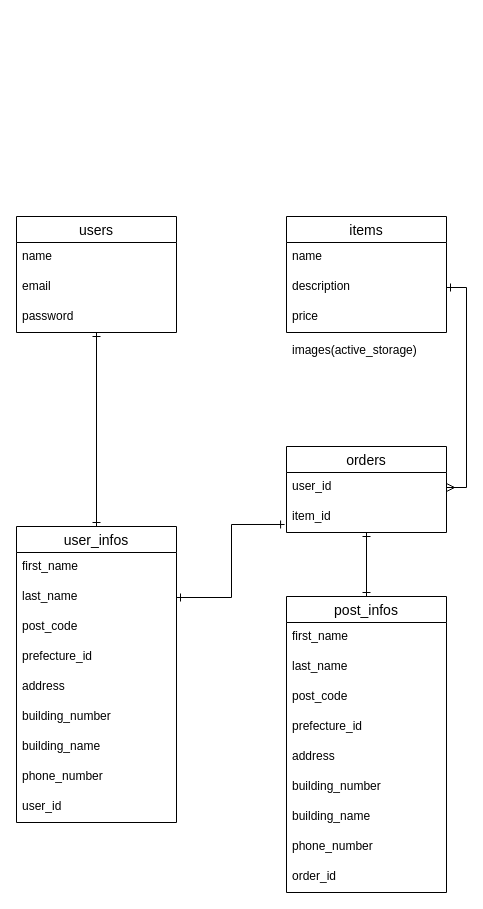
Above: db.dio in hikaruuuuuu/okurumi-shop (draw.io), before the change. Source tidied: cells renumbered, new cells numbered last; positions are measured from the earlier drawing's top-left corner, leaving out a move shared by most shapes. Both pictures are drawn from the tidied source at 100%, with x=0, y=0 at pixel (16, 216).
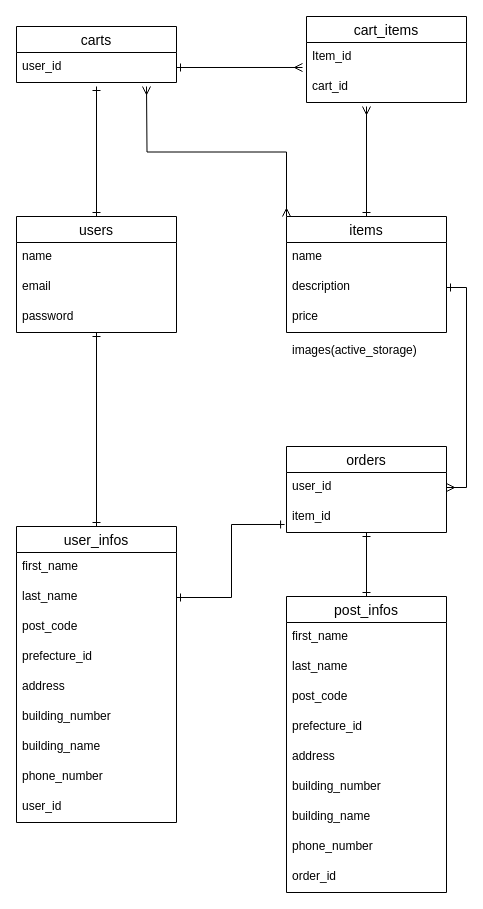
After the change.

The change refers to these unchanged cells:
```xml
<mxCell id="13" value="items" style="swimlane;fontStyle=0;horizontal=1;startSize=26;align=center;fontSize=14;" parent="1" vertex="1">
  <mxGeometry x="270" width="160" height="116" as="geometry" />
</mxCell>
<mxCell id="22" value="users" style="swimlane;fontStyle=0;horizontal=1;startSize=26;align=center;fontSize=14;" parent="1" vertex="1">
  <mxGeometry width="160" height="116" as="geometry" />
</mxCell>
```

Diff of the diagram source:
```diff
@@
+    <mxCell id="38" style="edgeStyle=orthogonalEdgeStyle;rounded=0;jettySize=auto;html=1;exitX=0.5;exitY=0;exitDx=0;exitDy=0;startArrow=ERone;startFill=0;endArrow=ERmany;endFill=0;" parent="1" edge="1" source="13">
+      <mxGeometry relative="1" as="geometry">
+        <mxPoint x="350" y="-110" as="targetPoint" />
+      </mxGeometry>
+    </mxCell>
+    <mxCell id="39" style="edgeStyle=orthogonalEdgeStyle;rounded=0;jettySize=auto;html=1;exitX=0;exitY=0;exitDx=0;exitDy=0;startArrow=ERmany;startFill=0;endArrow=ERmany;endFill=0;" parent="1" edge="1" source="13">
+      <mxGeometry relative="1" as="geometry">
+        <mxPoint x="130" y="-130" as="targetPoint" />
+      </mxGeometry>
+    </mxCell>
@@
+    <mxCell id="40" style="edgeStyle=orthogonalEdgeStyle;rounded=0;jettySize=auto;html=1;exitX=0.5;exitY=0;exitDx=0;exitDy=0;endArrow=ERone;endFill=0;startArrow=ERone;startFill=0;" parent="1" edge="1" source="22">
+      <mxGeometry relative="1" as="geometry">
+        <mxPoint x="80" y="-130" as="targetPoint" />
+      </mxGeometry>
+    </mxCell>
@@
+    <mxCell id="41" value="carts" style="swimlane;fontStyle=0;horizontal=1;startSize=26;align=center;fontSize=14;" parent="1" vertex="1">
+      <mxGeometry y="-190" width="160" height="56" as="geometry" />
+    </mxCell>
+    <mxCell id="42" value="user_id" style="text;strokeColor=none;fillColor=none;spacingLeft=4;spacingRight=4;overflow=hidden;points=[[0,0.5],[1,0.5]];portConstraint=eastwest;fontSize=12;" parent="41" vertex="1">
+      <mxGeometry y="26" width="160" height="30" as="geometry" />
+    </mxCell>
+    <mxCell id="43" value="cart_items" style="swimlane;fontStyle=0;horizontal=1;startSize=26;align=center;fontSize=14;" parent="1" vertex="1">
+      <mxGeometry x="290" y="-200" width="160" height="86" as="geometry" />
+    </mxCell>
+    <mxCell id="44" value="Item_id" style="text;strokeColor=none;fillColor=none;spacingLeft=4;spacingRight=4;overflow=hidden;points=[[0,0.5],[1,0.5]];portConstraint=eastwest;fontSize=12;" parent="43" vertex="1">
+      <mxGeometry y="26" width="160" height="30" as="geometry" />
+    </mxCell>
+    <mxCell id="45" value="cart_id" style="text;strokeColor=none;fillColor=none;spacingLeft=4;spacingRight=4;overflow=hidden;fontSize=12;" parent="43" vertex="1">
+      <mxGeometry y="56" width="160" height="30" as="geometry" />
+    </mxCell>
+    <mxCell id="46" style="edgeStyle=orthogonalEdgeStyle;rounded=0;jettySize=auto;html=1;exitX=1;exitY=0.5;exitDx=0;exitDy=0;entryX=-0.025;entryY=0.833;entryDx=0;entryDy=0;entryPerimeter=0;startArrow=ERone;startFill=0;endArrow=ERmany;endFill=0;" parent="1" edge="1" source="42" target="44">
+      <mxGeometry relative="1" as="geometry" />
+    </mxCell>
```
